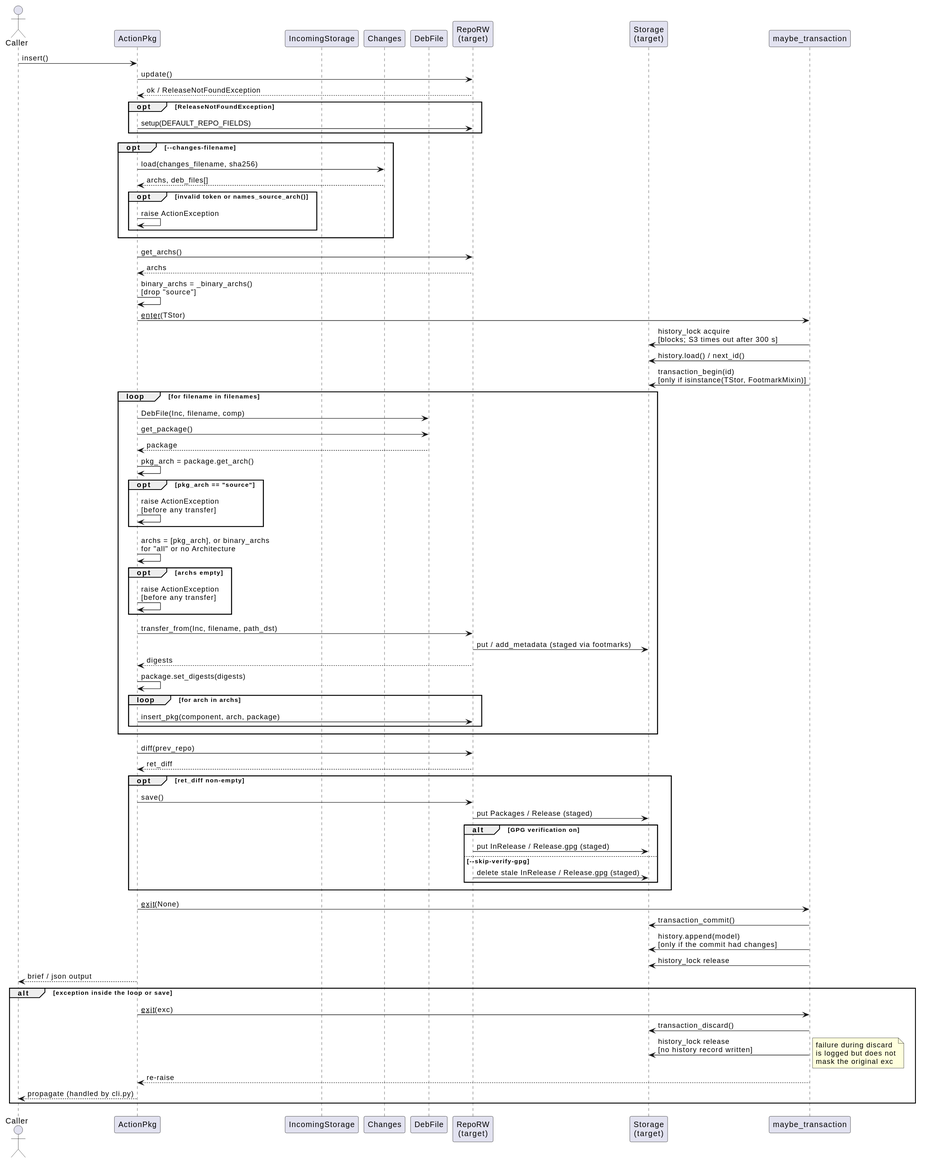
Above: docs/development/diagrams/action-pkg-insert-sequence.svg in vinklat/debkit (PlantUML), before the change. Its source is kept beside it as docs/development/diagrams/action-pkg-insert-sequence.puml.
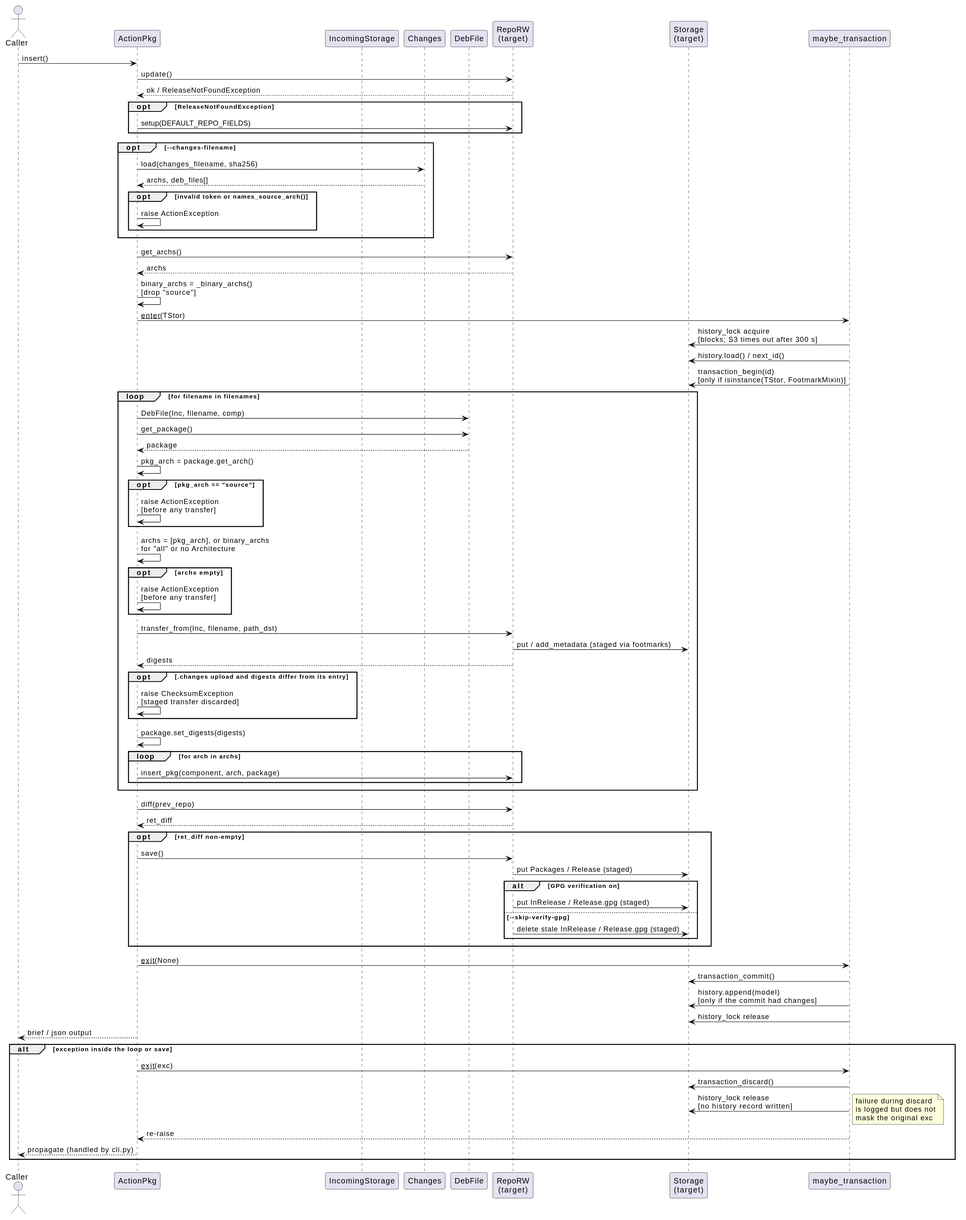
Later version of the same file.

Diff of the diagram source:
```diff
@@ -47,6 +47,9 @@
   ActionPkg -> Tgt: transfer_from(Inc, filename, path_dst)
   Tgt -> TStor: put / add_metadata (staged via footmarks)
   Tgt --> ActionPkg: digests
+  opt .changes upload and digests differ from its entry
+    ActionPkg -> ActionPkg: raise ChecksumException\n[staged transfer discarded]
+  end
   ActionPkg -> ActionPkg: package.set_digests(digests)
   loop for arch in archs
     ActionPkg -> Tgt: insert_pkg(component, arch, package)
```
